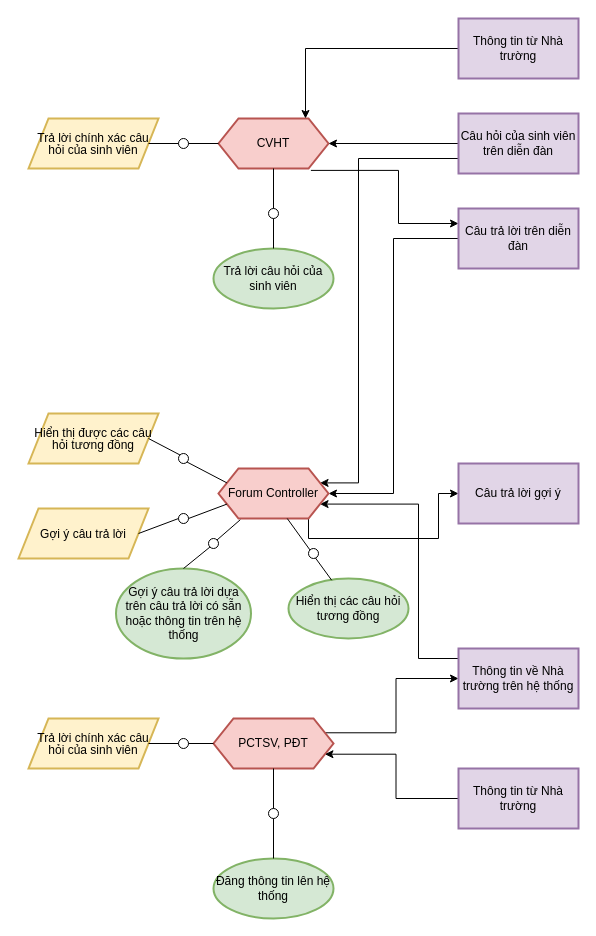
This is AgentDiagram.drawio from dwcsnh/dsa, a draw.io file, before an edit. Source tidied: cells renumbered, new cells numbered last; positions are measured from the earlier drawing's top-left corner, leaving out a move shared by most shapes. Both pictures are drawn from the tidied source at 100%, with x=0, y=0 at pixel (18, 18).
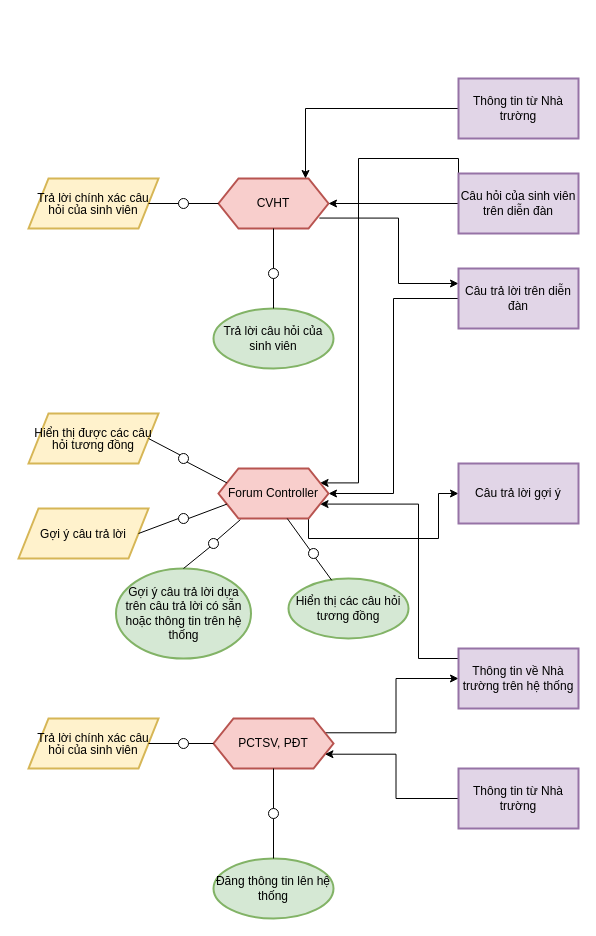
The same page after the edit.

Change to the diagram source:
```diff
@@
-    <mxCell id="2" style="edgeStyle=orthogonalEdgeStyle;rounded=0;jettySize=auto;html=1;entryX=0;entryY=0.25;entryDx=0;entryDy=0;exitX=0.84;exitY=1.038;exitDx=0;exitDy=0;exitPerimeter=0;" parent="1" edge="1" source="3" target="8">
+    <mxCell id="2" style="edgeStyle=orthogonalEdgeStyle;rounded=0;jettySize=auto;html=1;entryX=0;entryY=0.25;entryDx=0;entryDy=0;exitX=0.917;exitY=0.791;exitDx=0;exitDy=0;exitPerimeter=0;" parent="1" edge="1" source="3" target="8">
       <mxGeometry relative="1" as="geometry">
         <Array as="points">
-          <mxPoint x="380" y="152" />
-          <mxPoint x="380" y="205" />
+          <mxPoint x="380" y="200" />
+          <mxPoint x="380" y="265" />
         </Array>
       </mxGeometry>
     </mxCell>
     <mxCell id="3" value="CVHT" style="shape=hexagon;perimeter=hexagonPerimeter2;whiteSpace=wrap;html=1;fixedSize=1;fillColor=#f8cecc;strokeColor=#b85450;strokeWidth=2;" parent="1" vertex="1">
-      <mxGeometry x="200" y="100" width="110" height="50" as="geometry" />
+      <mxGeometry x="200" y="160" width="110" height="50" as="geometry" />
     </mxCell>
@@
     <mxCell id="6" value="Câu hỏi của sinh viên trên diễn đàn" style="rounded=0;whiteSpace=wrap;html=1;fillColor=#e1d5e7;strokeColor=#9673a6;strokeWidth=2;" parent="1" vertex="1">
-      <mxGeometry x="440" y="95" width="120" height="60" as="geometry" />
+      <mxGeometry x="440" y="155" width="120" height="60" as="geometry" />
     </mxCell>
@@
     <mxCell id="8" value="Câu trả lời trên diễn đàn" style="rounded=0;whiteSpace=wrap;html=1;fillColor=#e1d5e7;strokeColor=#9673a6;strokeWidth=2;" parent="1" vertex="1">
-      <mxGeometry x="440" y="190" width="120" height="60" as="geometry" />
+      <mxGeometry x="440" y="250" width="120" height="60" as="geometry" />
     </mxCell>
     <mxCell id="9" value="Trả lời câu hỏi của sinh viên" style="ellipse;whiteSpace=wrap;html=1;fillColor=#d5e8d4;strokeColor=#82b366;strokeWidth=2;" parent="1" vertex="1">
-      <mxGeometry x="195" y="230" width="120" height="60" as="geometry" />
+      <mxGeometry x="195" y="290" width="120" height="60" as="geometry" />
     </mxCell>
     <mxCell id="10" style="group;rotation=90;" parent="1" vertex="1">
-      <mxGeometry x="160" y="120" width="10" height="10" as="geometry" />
+      <mxGeometry x="160" y="180" width="10" height="10" as="geometry" />
     </mxCell>
@@
     <mxCell id="13" value="Thông tin từ Nhà trường" style="rounded=0;whiteSpace=wrap;html=1;fillColor=#e1d5e7;strokeColor=#9673a6;strokeWidth=2;" parent="1" vertex="1">
-      <mxGeometry x="440" width="120" height="60" as="geometry" />
+      <mxGeometry x="440" y="60" width="120" height="60" as="geometry" />
     </mxCell>
     <mxCell id="14" style="ellipse;whiteSpace=wrap;html=1;" parent="1" vertex="1">
-      <mxGeometry x="250" y="190" width="10" height="10" as="geometry" />
+      <mxGeometry x="250" y="250" width="10" height="10" as="geometry" />
     </mxCell>
@@
     <mxCell id="17" value="&lt;div style=&quot;line-height: 100%;&quot;&gt;Trả lời chính xác câu hỏi của sinh viên&lt;/div&gt;" style="shape=parallelogram;perimeter=parallelogramPerimeter;whiteSpace=wrap;html=1;fixedSize=1;fillColor=#fff2cc;strokeColor=#d6b656;strokeWidth=2;align=center;" parent="1" vertex="1">
-      <mxGeometry x="10" y="100" width="130" height="50" as="geometry" />
+      <mxGeometry x="10" y="160" width="130" height="50" as="geometry" />
     </mxCell>
```
